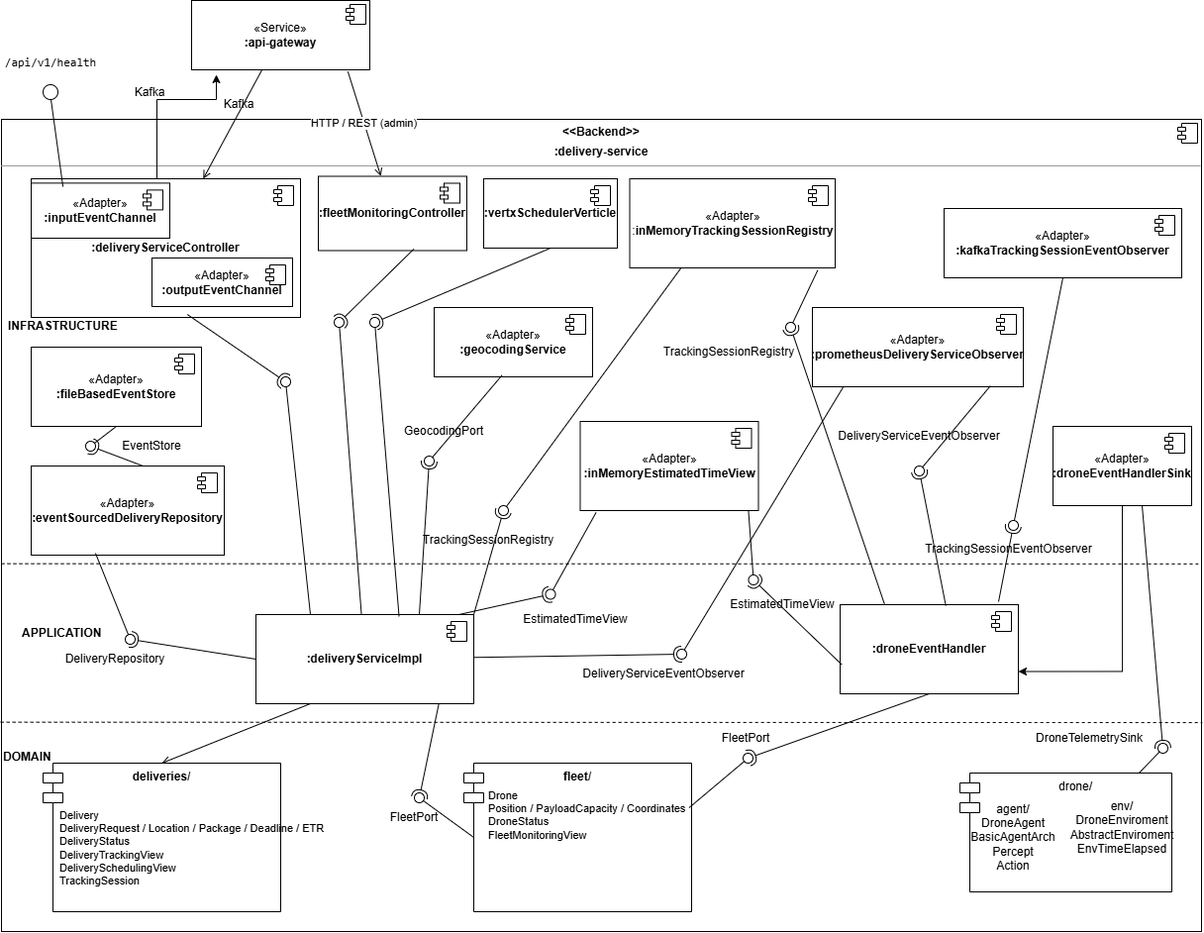
Above: doc/delivery-service-v3.drawio.png in MarcoMoro10/SAP-Assignment3 (draw.io), before the change. Source tidied: cells renumbered, new cells last; positions are measured from the earlier drawing's top-left corner, leaving out a move shared by most shapes.
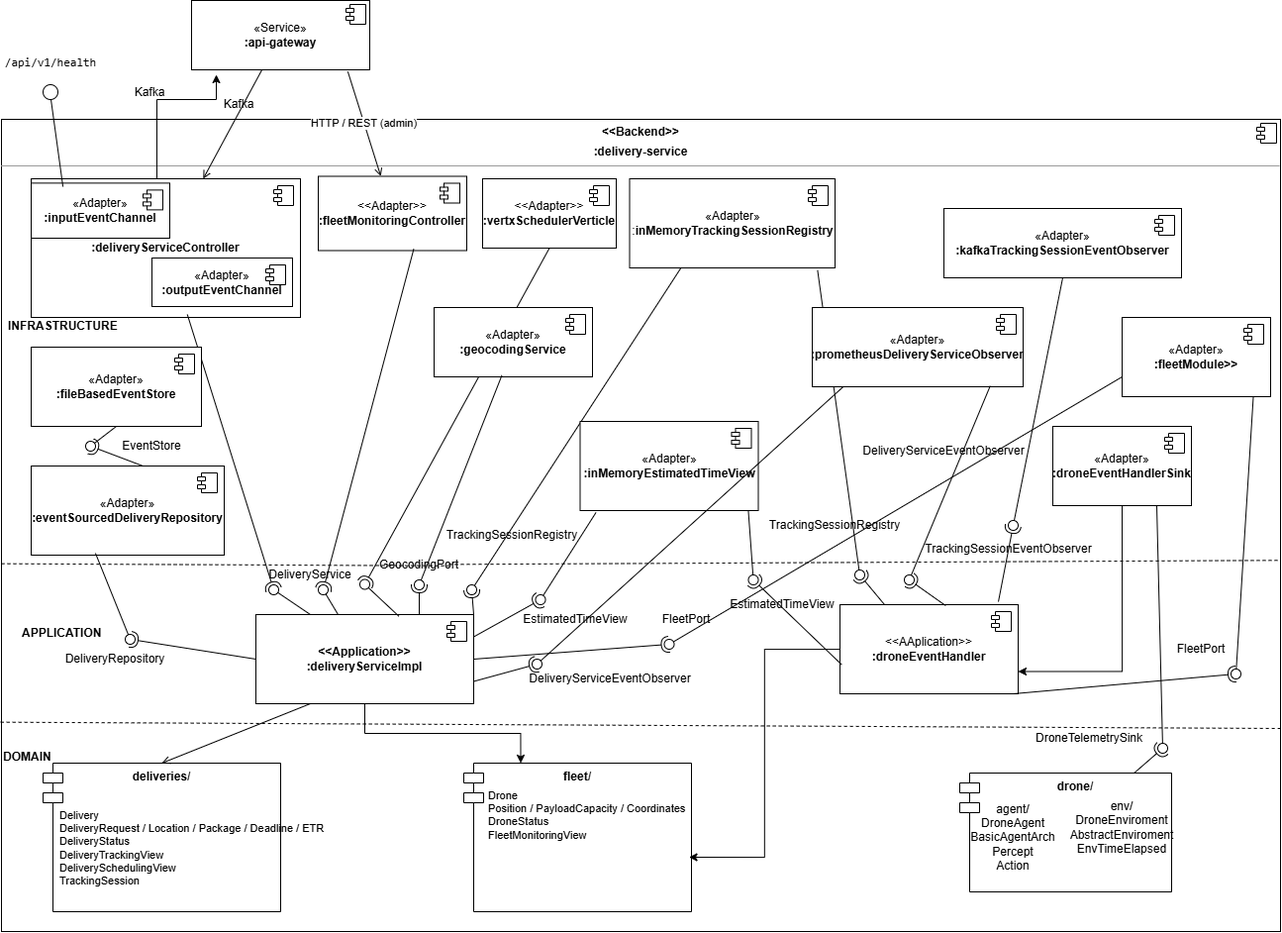
After the commit.

Commit message:
Account-service persistence on named volume (account-data) + reset fla

Change to the diagram source:
```diff
@@ -13,3 +13,3 @@
     <mxCell id="4" value="&lt;p style=&quot;margin:0px;margin-top:6px;text-align:center;&quot;&gt;&lt;b&gt;&amp;lt;&amp;lt;Backend&amp;gt;&amp;gt;&lt;/b&gt;&lt;/p&gt;&lt;p style=&quot;margin:0px;margin-top:6px;text-align:center;&quot;&gt;&lt;b&gt;:delivery-service&lt;/b&gt;&lt;/p&gt;&lt;hr size=&quot;1&quot;&gt;" style="align=left;overflow=fill;html=1;whiteSpace=wrap;verticalAlign=top;" parent="1" vertex="1">
-      <mxGeometry x="1" y="120" width="1212" height="820" as="geometry" />
+      <mxGeometry x="1" y="120" width="1292" height="820" as="geometry" />
     </mxCell>
@@ -20,12 +20,8 @@
     </mxCell>
-    <mxCell id="6" style="endArrow=none;dashed=1;html=1;rounded=0;entryX=0.999;entryY=0.482;entryDx=0;entryDy=0;entryPerimeter=0;" parent="1" edge="1">
-      <mxGeometry relative="1" as="geometry">
-        <mxPoint x="1" y="568.7" as="sourcePoint" />
-        <mxPoint x="1209.8" y="568.9" as="targetPoint" />
-      </mxGeometry>
+    <mxCell id="6" style="endArrow=none;dashed=1;html=1;rounded=0;entryX=0.998;entryY=0.543;entryDx=0;entryDy=0;entryPerimeter=0;" parent="1" edge="1" source="55" target="4">
+      <mxGeometry relative="1" as="geometry" />
     </mxCell>
-    <mxCell id="7" style="endArrow=none;dashed=1;html=1;rounded=0;entryX=1.003;entryY=0.72;entryDx=0;entryDy=0;entryPerimeter=0;" parent="1" edge="1">
+    <mxCell id="7" style="endArrow=none;dashed=1;html=1;rounded=0;entryX=1;entryY=0.75;entryDx=0;entryDy=0;" parent="1" edge="1" target="4">
       <mxGeometry relative="1" as="geometry">
         <mxPoint x="0.2" y="728.7" as="sourcePoint" />
-        <mxPoint x="1213.8" y="729.1" as="targetPoint" />
       </mxGeometry>
@@ -65,3 +61,3 @@
     </mxCell>
-    <mxCell id="17" value="&lt;b&gt;:fleetMonitoringController&lt;/b&gt;" style="html=1;whiteSpace=wrap;fontColor=#000000;" parent="1" vertex="1">
+    <mxCell id="17" value="&lt;div&gt;&amp;lt;&amp;lt;Adapter&amp;gt;&amp;gt;&lt;/div&gt;&lt;b&gt;:fleetMonitoringController&lt;/b&gt;" style="html=1;whiteSpace=wrap;fontColor=#000000;" parent="1" vertex="1">
       <mxGeometry x="321" y="177.5" width="150" height="75" as="geometry" />
@@ -73,4 +69,4 @@
     </mxCell>
-    <mxCell id="19" value="&lt;b&gt;:vertxSchedulerVerticle&lt;/b&gt;" style="html=1;whiteSpace=wrap;fontColor=#000000;" parent="1" vertex="1">
-      <mxGeometry x="488" y="180" width="135" height="70" as="geometry" />
+    <mxCell id="19" value="&lt;div&gt;&amp;lt;&amp;lt;Adapter&amp;gt;&amp;gt;&lt;/div&gt;&lt;b&gt;:vertxSchedulerVerticle&lt;/b&gt;" style="html=1;whiteSpace=wrap;fontColor=#000000;" parent="1" vertex="1">
+      <mxGeometry x="487" y="180" width="135" height="70" as="geometry" />
     </mxCell>
@@ -89,3 +85,6 @@
     </mxCell>
+    <mxCell id="125" style="edgeStyle=orthogonalEdgeStyle;rounded=0;jettySize=auto;html=1;exitX=0.5;exitY=1;exitDx=0;exitDy=0;entryX=0.25;entryY=0;entryDx=0;entryDy=0;" parent="1" edge="1" source="23" target="31">
+      <mxGeometry relative="1" as="geometry" />
+    </mxCell>
-    <mxCell id="23" value="&lt;b&gt;:deliveryServiceImpl&lt;/b&gt;" style="html=1;whiteSpace=wrap;fontColor=#000000;" parent="1" vertex="1">
+    <mxCell id="23" value="&lt;div&gt;&lt;b&gt;&amp;lt;&amp;lt;Application&amp;gt;&amp;gt;&lt;/b&gt;&lt;/div&gt;&lt;b&gt;:deliveryServiceImpl&lt;/b&gt;" style="html=1;whiteSpace=wrap;fontColor=#000000;" parent="1" vertex="1">
       <mxGeometry x="258" y="620" width="220" height="90" as="geometry" />
@@ -152,3 +151,3 @@
     <mxCell id="43" style="ellipse;whiteSpace=wrap;html=1;align=center;fillColor=none;strokeColor=none;perimeter=centerPerimeter;points=[];outlineConnect=1;" parent="1" vertex="1">
-      <mxGeometry x="283" y="380" width="10" height="10" as="geometry" />
+      <mxGeometry x="271" y="590" width="10" height="10" as="geometry" />
     </mxCell>
@@ -161,3 +160,3 @@
     <mxCell id="46" style="ellipse;whiteSpace=wrap;html=1;align=center;fillColor=none;strokeColor=none;perimeter=centerPerimeter;points=[];outlineConnect=1;" parent="1" vertex="1">
-      <mxGeometry x="337" y="320" width="10" height="10" as="geometry" />
+      <mxGeometry x="321" y="590" width="10" height="10" as="geometry" />
     </mxCell>
@@ -170,3 +169,3 @@
     <mxCell id="49" style="ellipse;whiteSpace=wrap;html=1;align=center;fillColor=none;strokeColor=none;perimeter=centerPerimeter;points=[];outlineConnect=1;" parent="1" vertex="1">
-      <mxGeometry x="373" y="320" width="10" height="10" as="geometry" />
+      <mxGeometry x="363" y="584.5" width="10" height="10" as="geometry" />
     </mxCell>
@@ -187,7 +186,4 @@
     <mxCell id="54" style="ellipse;whiteSpace=wrap;html=1;align=center;fillColor=none;strokeColor=none;perimeter=centerPerimeter;points=[];outlineConnect=1;" parent="1" vertex="1">
-      <mxGeometry x="428" y="460" width="10" height="10" as="geometry" />
+      <mxGeometry x="418" y="585" width="10" height="10" as="geometry" />
     </mxCell>
-    <mxCell id="55" value="GeocodingPort" style="text;html=1;whiteSpace=wrap;strokeColor=none;fillColor=none;align=center;verticalAlign=middle;rounded=0;" parent="1" vertex="1">
-      <mxGeometry x="418" y="420" width="60" height="30" as="geometry" />
-    </mxCell>
     <mxCell id="56" value="«Adapter»&lt;br&gt;:&lt;b&gt;inMemoryTrackingSessionRegistry&lt;/b&gt;" style="html=1;whiteSpace=wrap;" parent="1" vertex="1">
@@ -207,8 +203,11 @@
     <mxCell id="60" style="ellipse;whiteSpace=wrap;html=1;align=center;fillColor=none;strokeColor=none;perimeter=centerPerimeter;points=[];outlineConnect=1;" parent="1" vertex="1">
-      <mxGeometry x="503" y="510" width="10" height="10" as="geometry" />
+      <mxGeometry x="471" y="590" width="10" height="10" as="geometry" />
     </mxCell>
     <mxCell id="61" value="TrackingSessionRegistry" style="text;html=1;whiteSpace=wrap;strokeColor=none;fillColor=none;align=center;verticalAlign=middle;rounded=0;" parent="1" vertex="1">
-      <mxGeometry x="463" y="530" width="60" height="30" as="geometry" />
+      <mxGeometry x="487" y="524.5" width="60" height="30" as="geometry" />
     </mxCell>
+    <mxCell id="126" style="edgeStyle=orthogonalEdgeStyle;rounded=0;jettySize=auto;html=1;entryX=1;entryY=0.75;entryDx=0;entryDy=0;" parent="1" edge="1" source="62" target="32">
+      <mxGeometry relative="1" as="geometry" />
+    </mxCell>
-    <mxCell id="62" value="&lt;b&gt;:droneEventHandler&lt;/b&gt;" style="html=1;whiteSpace=wrap;" parent="1" vertex="1">
+    <mxCell id="62" value="&lt;div&gt;&amp;lt;&amp;lt;AAplication&amp;gt;&amp;gt;&lt;/div&gt;&lt;b&gt;:droneEventHandler&lt;/b&gt;" style="html=1;whiteSpace=wrap;" parent="1" vertex="1">
       <mxGeometry x="848" y="610" width="180" height="90" as="geometry" />
@@ -230,11 +229,13 @@
     <mxCell id="67" style="ellipse;whiteSpace=wrap;html=1;align=center;fillColor=none;strokeColor=none;perimeter=centerPerimeter;points=[];outlineConnect=1;" parent="1" vertex="1">
-      <mxGeometry x="793" y="325" width="10" height="10" as="geometry" />
+      <mxGeometry x="863" y="575" width="10" height="10" as="geometry" />
     </mxCell>
     <mxCell id="68" value="TrackingSessionRegistry" style="text;html=1;whiteSpace=wrap;strokeColor=none;fillColor=none;align=center;verticalAlign=middle;rounded=0;" parent="1" vertex="1">
-      <mxGeometry x="705.5" y="340" width="60" height="30" as="geometry" />
+      <mxGeometry x="813" y="515" width="60" height="30" as="geometry" />
     </mxCell>
-    <mxCell id="69" style="rounded=0;jettySize=auto;html=1;endArrow=halfCircle;endFill=0;endSize=6;strokeWidth=1;sketch=0;exitX=0.5;exitY=1;exitDx=0;exitDy=0;" parent="1" edge="1" source="62" target="71">
-      <mxGeometry relative="1" as="geometry" />
+    <mxCell id="69" style="rounded=0;jettySize=auto;html=1;endArrow=halfCircle;endFill=0;endSize=6;strokeWidth=1;sketch=0;" parent="1" edge="1" target="71">
+      <mxGeometry relative="1" as="geometry">
+        <mxPoint x="1023" y="700" as="sourcePoint" />
+      </mxGeometry>
     </mxCell>
-    <mxCell id="70" style="rounded=0;jettySize=auto;html=1;endArrow=oval;endFill=0;sketch=0;sourcePerimeterSpacing=0;targetPerimeterSpacing=0;endSize=10;exitX=1;exitY=0.25;exitDx=0;exitDy=0;" parent="1" edge="1" source="32" target="71">
+    <mxCell id="70" style="rounded=0;jettySize=auto;html=1;endArrow=oval;endFill=0;sketch=0;sourcePerimeterSpacing=0;targetPerimeterSpacing=0;endSize=10;exitX=0.885;exitY=0.959;exitDx=0;exitDy=0;exitPerimeter=0;" parent="1" edge="1" source="127" target="71">
       <mxGeometry relative="1" as="geometry" />
@@ -242,11 +243,11 @@
     <mxCell id="71" style="ellipse;whiteSpace=wrap;html=1;align=center;fillColor=none;strokeColor=none;perimeter=centerPerimeter;points=[];outlineConnect=1;" parent="1" vertex="1">
-      <mxGeometry x="750" y="760" width="10" height="10" as="geometry" />
+      <mxGeometry x="1243" y="675" width="10" height="10" as="geometry" />
     </mxCell>
     <mxCell id="72" value="FleetPort" style="text;html=1;whiteSpace=wrap;strokeColor=none;fillColor=none;align=center;verticalAlign=middle;rounded=0;" parent="1" vertex="1">
-      <mxGeometry x="723" y="730" width="60" height="30" as="geometry" />
+      <mxGeometry x="1183" y="640" width="60" height="30" as="geometry" />
     </mxCell>
-    <mxCell id="73" style="rounded=0;jettySize=auto;html=1;endArrow=halfCircle;endFill=0;endSize=6;strokeWidth=1;sketch=0;exitX=0.643;exitY=1;exitDx=0;exitDy=0;exitPerimeter=0;" parent="1" edge="1" source="119" target="75">
+    <mxCell id="73" style="rounded=0;jettySize=auto;html=1;endArrow=halfCircle;endFill=0;endSize=6;strokeWidth=1;sketch=0;" parent="1" edge="1" source="121" target="75">
       <mxGeometry relative="1" as="geometry" />
     </mxCell>
-    <mxCell id="74" style="rounded=0;jettySize=auto;html=1;endArrow=oval;endFill=0;sketch=0;sourcePerimeterSpacing=0;targetPerimeterSpacing=0;endSize=10;exitX=0.816;exitY=0.055;exitDx=0;exitDy=0;exitPerimeter=0;" parent="1" edge="1" source="121" target="75">
+    <mxCell id="74" style="rounded=0;jettySize=auto;html=1;endArrow=oval;endFill=0;sketch=0;sourcePerimeterSpacing=0;targetPerimeterSpacing=0;endSize=10;exitX=0.75;exitY=1;exitDx=0;exitDy=0;" parent="1" edge="1" source="119" target="75">
       <mxGeometry relative="1" as="geometry" />
@@ -267,6 +268,6 @@
     </mxCell>
-    <mxCell id="78" style="rounded=0;jettySize=auto;html=1;endArrow=halfCircle;endFill=0;endSize=6;strokeWidth=1;sketch=0;exitX=0.839;exitY=1.007;exitDx=0;exitDy=0;exitPerimeter=0;" parent="1" edge="1" source="23" target="80">
+    <mxCell id="78" style="rounded=0;jettySize=auto;html=1;endArrow=halfCircle;endFill=0;endSize=6;strokeWidth=1;sketch=0;exitX=1;exitY=0.5;exitDx=0;exitDy=0;" parent="1" edge="1" source="23" target="80">
       <mxGeometry relative="1" as="geometry" />
     </mxCell>
-    <mxCell id="79" style="rounded=0;jettySize=auto;html=1;endArrow=oval;endFill=0;sketch=0;sourcePerimeterSpacing=0;targetPerimeterSpacing=0;endSize=10;exitX=0;exitY=0.5;exitDx=10;exitDy=0;exitPerimeter=0;" parent="1" edge="1" source="31" target="80">
+    <mxCell id="79" style="rounded=0;jettySize=auto;html=1;endArrow=oval;endFill=0;sketch=0;sourcePerimeterSpacing=0;targetPerimeterSpacing=0;endSize=10;exitX=0;exitY=0.75;exitDx=0;exitDy=0;" parent="1" edge="1" source="127" target="80">
       <mxGeometry relative="1" as="geometry" />
@@ -274,6 +275,6 @@
     <mxCell id="80" style="ellipse;whiteSpace=wrap;html=1;align=center;fillColor=none;strokeColor=none;perimeter=centerPerimeter;points=[];outlineConnect=1;" parent="1" vertex="1">
-      <mxGeometry x="418" y="800" width="10" height="10" as="geometry" />
+      <mxGeometry x="670.5" y="645" width="10" height="10" as="geometry" />
     </mxCell>
     <mxCell id="81" value="FleetPort" style="text;html=1;whiteSpace=wrap;strokeColor=none;fillColor=none;align=center;verticalAlign=middle;rounded=0;" parent="1" vertex="1">
-      <mxGeometry x="388" y="810" width="60" height="30" as="geometry" />
+      <mxGeometry x="663" y="610" width="60" height="30" as="geometry" />
     </mxCell>
@@ -327,6 +328,4 @@
     </mxCell>
-    <mxCell id="96" style="rounded=0;jettySize=auto;html=1;endArrow=halfCircle;endFill=0;endSize=6;strokeWidth=1;sketch=0;" parent="1" edge="1" target="98">
-      <mxGeometry relative="1" as="geometry">
-        <mxPoint x="463" y="620" as="sourcePoint" />
-      </mxGeometry>
+    <mxCell id="96" style="rounded=0;jettySize=auto;html=1;endArrow=halfCircle;endFill=0;endSize=6;strokeWidth=1;sketch=0;exitX=1;exitY=0.25;exitDx=0;exitDy=0;" parent="1" edge="1" source="23" target="98">
+      <mxGeometry relative="1" as="geometry" />
     </mxCell>
@@ -336,3 +335,3 @@
     <mxCell id="98" style="ellipse;whiteSpace=wrap;html=1;align=center;fillColor=none;strokeColor=none;perimeter=centerPerimeter;points=[];outlineConnect=1;" parent="1" vertex="1">
-      <mxGeometry x="550.5" y="594.5" width="10" height="10" as="geometry" />
+      <mxGeometry x="540.5" y="600" width="10" height="10" as="geometry" />
     </mxCell>
@@ -358,3 +357,3 @@
     </mxCell>
-    <mxCell id="105" style="rounded=0;jettySize=auto;html=1;endArrow=halfCircle;endFill=0;endSize=6;strokeWidth=1;sketch=0;" parent="1" edge="1" source="23" target="107">
+    <mxCell id="105" style="rounded=0;jettySize=auto;html=1;endArrow=halfCircle;endFill=0;endSize=6;strokeWidth=1;sketch=0;exitX=1;exitY=0.75;exitDx=0;exitDy=0;" parent="1" edge="1" source="23" target="107">
       <mxGeometry relative="1" as="geometry" />
@@ -365,6 +364,6 @@
     <mxCell id="107" style="ellipse;whiteSpace=wrap;html=1;align=center;fillColor=none;strokeColor=none;perimeter=centerPerimeter;points=[];outlineConnect=1;" parent="1" vertex="1">
-      <mxGeometry x="683" y="655" width="10" height="10" as="geometry" />
+      <mxGeometry x="537" y="665" width="10" height="10" as="geometry" />
     </mxCell>
     <mxCell id="108" value="DeliveryServiceEventObserver" style="text;html=1;whiteSpace=wrap;strokeColor=none;fillColor=none;align=center;verticalAlign=middle;rounded=0;" parent="1" vertex="1">
-      <mxGeometry x="640" y="665" width="60" height="30" as="geometry" />
+      <mxGeometry x="585.5" y="670" width="60" height="30" as="geometry" />
     </mxCell>
@@ -377,6 +376,6 @@
     <mxCell id="111" style="ellipse;whiteSpace=wrap;html=1;align=center;fillColor=none;strokeColor=none;perimeter=centerPerimeter;points=[];outlineConnect=1;" parent="1" vertex="1">
-      <mxGeometry x="923" y="470" width="10" height="10" as="geometry" />
+      <mxGeometry x="913" y="580" width="10" height="10" as="geometry" />
     </mxCell>
     <mxCell id="112" value="DeliveryServiceEventObserver" style="text;html=1;whiteSpace=wrap;strokeColor=none;fillColor=none;align=center;verticalAlign=middle;rounded=0;" parent="1" vertex="1">
-      <mxGeometry x="898" y="425" width="60" height="30" as="geometry" />
+      <mxGeometry x="923" y="440" width="60" height="30" as="geometry" />
     </mxCell>
@@ -410,3 +409,3 @@
     </mxCell>
-    <mxCell id="121" value="drone/" style="shape=module;align=left;spacingLeft=20;align=center;verticalAlign=top;whiteSpace=wrap;html=1;" parent="1" vertex="1">
+    <mxCell id="121" value="&lt;b&gt;drone/&lt;/b&gt;" style="shape=module;align=left;spacingLeft=20;align=center;verticalAlign=top;whiteSpace=wrap;html=1;" parent="1" vertex="1">
       <mxGeometry x="969" y="780" width="214" height="120" as="geometry" />
@@ -422,2 +421,21 @@
     </mxCell>
+    <mxCell id="127" value="«Adapter»&lt;br&gt;&lt;b&gt;:fleetModule&amp;gt;&amp;gt;&lt;/b&gt;" style="html=1;whiteSpace=wrap;" parent="1" vertex="1">
+      <mxGeometry x="1133" y="320" width="150" height="80" as="geometry" />
+    </mxCell>
+    <mxCell id="128" style="shape=module;jettyWidth=8;jettyHeight=4;" parent="127" vertex="1">
+      <mxGeometry x="1" width="20" height="20" relative="1" as="geometry">
+        <mxPoint x="-27" y="7" as="offset" />
+      </mxGeometry>
+    </mxCell>
+    <mxCell id="129" value="DeliveryService" style="text;html=1;whiteSpace=wrap;strokeColor=none;fillColor=none;align=center;verticalAlign=middle;rounded=0;" parent="1" vertex="1">
+      <mxGeometry x="283" y="565" width="60" height="30" as="geometry" />
+    </mxCell>
+    <mxCell id="130" style="endArrow=none;dashed=1;html=1;rounded=0;entryX=0.998;entryY=0.543;entryDx=0;entryDy=0;entryPerimeter=0;" parent="1" edge="1" target="55">
+      <mxGeometry relative="1" as="geometry">
+        <mxPoint x="1" y="568.7" as="sourcePoint" />
+      </mxGeometry>
+    </mxCell>
+    <mxCell id="55" value="GeocodingPort" style="text;html=1;whiteSpace=wrap;strokeColor=none;fillColor=none;align=center;verticalAlign=middle;rounded=0;" parent="1" vertex="1">
+      <mxGeometry x="393" y="554.5" width="60" height="30" as="geometry" />
+    </mxCell>
   </root>
```
